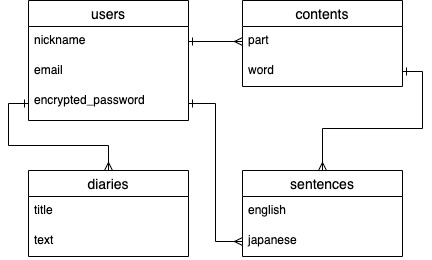
Chukoto/wordstock keeps this draw.io diagram as ER.drawio.png. Above is the earlier version. Source tidied: cells renumbered, new cells last; positions are measured from the earlier drawing's top-left corner, leaving out a move shared by most shapes.
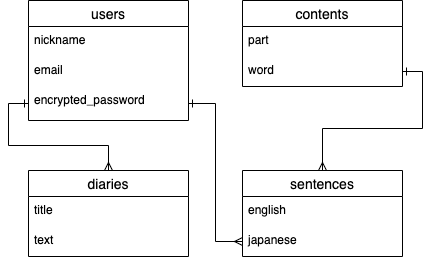
Later version of the same file.

Commit message:
ER図の修正（usersとcontents切り離し）

What changed in the source:
```diff
@@ -44,9 +44,6 @@
     <mxCell id="15" value="text" style="text;strokeColor=none;fillColor=none;spacingLeft=4;spacingRight=4;overflow=hidden;fontSize=12;" parent="13" vertex="1">
       <mxGeometry y="56" width="160" height="30" as="geometry" />
     </mxCell>
-    <mxCell id="16" style="edgeStyle=orthogonalEdgeStyle;rounded=0;jettySize=auto;html=1;exitX=1;exitY=0.5;exitDx=0;exitDy=0;entryX=0;entryY=0.5;entryDx=0;entryDy=0;endArrow=ERmany;endFill=0;startArrow=ERone;startFill=0;" parent="1" edge="1" source="3" target="7">
-      <mxGeometry relative="1" as="geometry" />
-    </mxCell>
     <mxCell id="17" style="edgeStyle=orthogonalEdgeStyle;rounded=0;jettySize=auto;html=1;exitX=1;exitY=0.5;exitDx=0;exitDy=0;entryX=0.5;entryY=0;entryDx=0;entryDy=0;startArrow=ERone;startFill=0;endArrow=ERmany;endFill=0;" parent="1" edge="1" source="8" target="9">
       <mxGeometry relative="1" as="geometry" />
     </mxCell>
```
